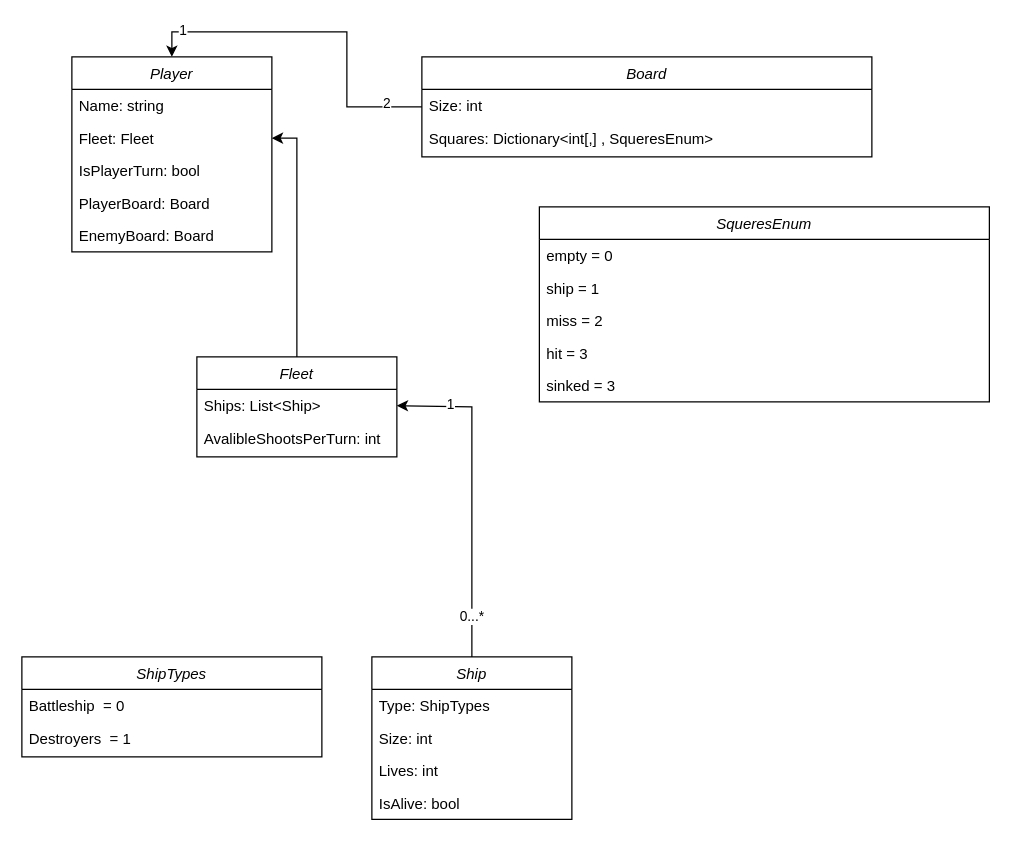
The draw.io diagram Diagrams/BattleShipsClassDiagram.drawio in JaroszKamil/Battleships, before the edit. Source tidied: cells renumbered, new cells numbered last; positions are measured from the earlier drawing's top-left corner, leaving out a move shared by most shapes. Both pictures are drawn from the tidied source at 125%, with x=0, y=0 at pixel (21, 56).
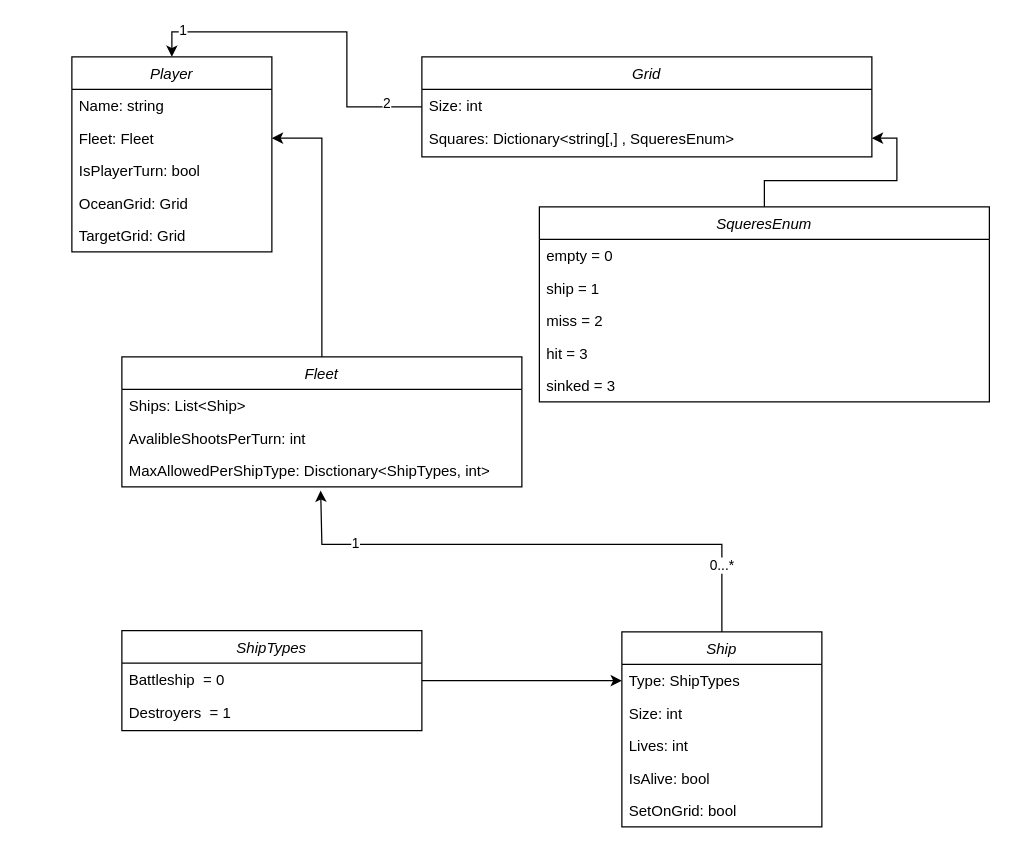
The same diagram, later.

Commit message (it also covers changes not shown here):
Added Fleet class

The change refers to these unchanged cells:
```xml
<mxCell id="2" value="Player" style="swimlane;fontStyle=2;align=center;verticalAlign=top;horizontal=1;startSize=26;rounded=0;shadow=0;strokeWidth=1;" parent="1" vertex="1">
  <mxGeometry x="40" width="160" height="156" as="geometry" />
</mxCell>
<mxCell id="12" value="Type: ShipTypes" style="text;align=left;verticalAlign=top;spacingLeft=4;spacingRight=4;overflow=hidden;points=[[0,0.5],[1,0.5]];portConstraint=eastwest;" parent="11" vertex="1">
  <mxGeometry y="26" width="160" height="26" as="geometry" />
</mxCell>
<mxCell id="26" value="SqueresEnum" style="swimlane;fontStyle=2;align=center;verticalAlign=top;horizontal=1;startSize=26;rounded=0;shadow=0;strokeWidth=1;" parent="1" vertex="1">
  <mxGeometry x="414" y="120" width="360" height="156" as="geometry" />
</mxCell>
```

What changed in the source:
```diff
@@
-    <mxCell id="6" value="PlayerBoard: Board&#10;" style="text;align=left;verticalAlign=top;spacingLeft=4;spacingRight=4;overflow=hidden;rounded=0;shadow=0;html=0;" parent="2" vertex="1">
+    <mxCell id="6" value="OceanGrid: Grid&#10;" style="text;align=left;verticalAlign=top;spacingLeft=4;spacingRight=4;overflow=hidden;rounded=0;shadow=0;html=0;" parent="2" vertex="1">
       <mxGeometry y="104" width="160" height="26" as="geometry" />
     </mxCell>
-    <mxCell id="7" value="EnemyBoard: Board&#10;" style="text;align=left;verticalAlign=top;spacingLeft=4;spacingRight=4;overflow=hidden;rounded=0;shadow=0;html=0;" parent="2" vertex="1">
+    <mxCell id="7" value="TargetGrid: Grid&#10;" style="text;align=left;verticalAlign=top;spacingLeft=4;spacingRight=4;overflow=hidden;rounded=0;shadow=0;html=0;" parent="2" vertex="1">
       <mxGeometry y="130" width="160" height="26" as="geometry" />
     </mxCell>
-    <mxCell id="8" style="edgeStyle=orthogonalEdgeStyle;rounded=0;jettySize=auto;html=1;entryX=1;entryY=0.5;entryDx=0;entryDy=0;" parent="1" edge="1" source="11" target="24">
+    <mxCell id="8" style="edgeStyle=orthogonalEdgeStyle;rounded=0;jettySize=auto;html=1;entryX=0.497;entryY=1.115;entryDx=0;entryDy=0;entryPerimeter=0;" parent="1" edge="1" source="11" target="36">
       <mxGeometry relative="1" as="geometry">
         <Array as="points">
-          <mxPoint x="360" y="280" />
+          <mxPoint x="560" y="390" />
+          <mxPoint x="240" y="390" />
         </Array>
       </mxGeometry>
     </mxCell>
@@
     <mxCell id="11" value="Ship" style="swimlane;fontStyle=2;align=center;verticalAlign=top;horizontal=1;startSize=26;rounded=0;shadow=0;strokeWidth=1;" parent="1" vertex="1">
-      <mxGeometry x="280" y="480" width="160" height="130" as="geometry" />
+      <mxGeometry x="480" y="460" width="160" height="156" as="geometry" />
     </mxCell>
@@
+    <mxCell id="35" value="SetOnGrid: bool" style="text;align=left;verticalAlign=top;spacingLeft=4;spacingRight=4;overflow=hidden;rounded=0;shadow=0;html=0;" parent="11" vertex="1">
+      <mxGeometry y="130" width="160" height="26" as="geometry" />
+    </mxCell>
@@
-    <mxCell id="19" value="Board" style="swimlane;fontStyle=2;align=center;verticalAlign=top;horizontal=1;startSize=26;rounded=0;shadow=0;strokeWidth=1;" parent="1" vertex="1">
+    <mxCell id="19" value="Grid" style="swimlane;fontStyle=2;align=center;verticalAlign=top;horizontal=1;startSize=26;rounded=0;shadow=0;strokeWidth=1;" parent="1" vertex="1">
       <mxGeometry x="320" width="360" height="80" as="geometry" />
     </mxCell>
@@
-    <mxCell id="21" value="Squares: Dictionary&lt;int[,] , SqueresEnum&gt;" style="text;align=left;verticalAlign=top;spacingLeft=4;spacingRight=4;overflow=hidden;points=[[0,0.5],[1,0.5]];portConstraint=eastwest;rounded=0;shadow=0;html=0;" parent="19" vertex="1">
+    <mxCell id="21" value="Squares: Dictionary&lt;string[,] , SqueresEnum&gt;" style="text;align=left;verticalAlign=top;spacingLeft=4;spacingRight=4;overflow=hidden;points=[[0,0.5],[1,0.5]];portConstraint=eastwest;rounded=0;shadow=0;html=0;" parent="19" vertex="1">
       <mxGeometry y="52" width="360" height="26" as="geometry" />
     </mxCell>
@@
     <mxCell id="23" value="Fleet" style="swimlane;fontStyle=2;align=center;verticalAlign=top;horizontal=1;startSize=26;rounded=0;shadow=0;strokeWidth=1;" parent="1" vertex="1">
-      <mxGeometry x="140" y="240" width="160" height="80" as="geometry" />
+      <mxGeometry x="80" y="240" width="320" height="104" as="geometry" />
     </mxCell>
     <mxCell id="24" value="Ships: List&lt;Ship&gt;" style="text;align=left;verticalAlign=top;spacingLeft=4;spacingRight=4;overflow=hidden;points=[[0,0.5],[1,0.5]];portConstraint=eastwest;" parent="23" vertex="1">
-      <mxGeometry y="26" width="160" height="26" as="geometry" />
+      <mxGeometry y="26" width="320" height="26" as="geometry" />
     </mxCell>
     <mxCell id="25" value="AvalibleShootsPerTurn: int" style="text;align=left;verticalAlign=top;spacingLeft=4;spacingRight=4;overflow=hidden;rounded=0;shadow=0;html=0;" parent="23" vertex="1">
-      <mxGeometry y="52" width="160" height="26" as="geometry" />
+      <mxGeometry y="52" width="320" height="26" as="geometry" />
     </mxCell>
+    <mxCell id="36" value="MaxAllowedPerShipType: Disctionary&lt;ShipTypes, int&gt;" style="text;align=left;verticalAlign=top;spacingLeft=4;spacingRight=4;overflow=hidden;points=[[0,0.5],[1,0.5]];portConstraint=eastwest;rounded=0;shadow=0;html=0;" parent="23" vertex="1">
+      <mxGeometry y="78" width="320" height="26" as="geometry" />
+    </mxCell>
+    <mxCell id="37" style="edgeStyle=orthogonalEdgeStyle;rounded=0;jettySize=auto;html=1;" parent="1" edge="1" source="26" target="21">
+      <mxGeometry relative="1" as="geometry" />
+    </mxCell>
@@
+    <mxCell id="38" style="edgeStyle=orthogonalEdgeStyle;rounded=0;jettySize=auto;html=1;" parent="1" edge="1" source="32" target="12">
+      <mxGeometry relative="1" as="geometry" />
+    </mxCell>
     <mxCell id="32" value="ShipTypes" style="swimlane;fontStyle=2;align=center;verticalAlign=top;horizontal=1;startSize=26;rounded=0;shadow=0;strokeWidth=1;" parent="1" vertex="1">
-      <mxGeometry y="480" width="240" height="80" as="geometry" />
+      <mxGeometry x="80" y="459" width="240" height="80" as="geometry" />
     </mxCell>
```
